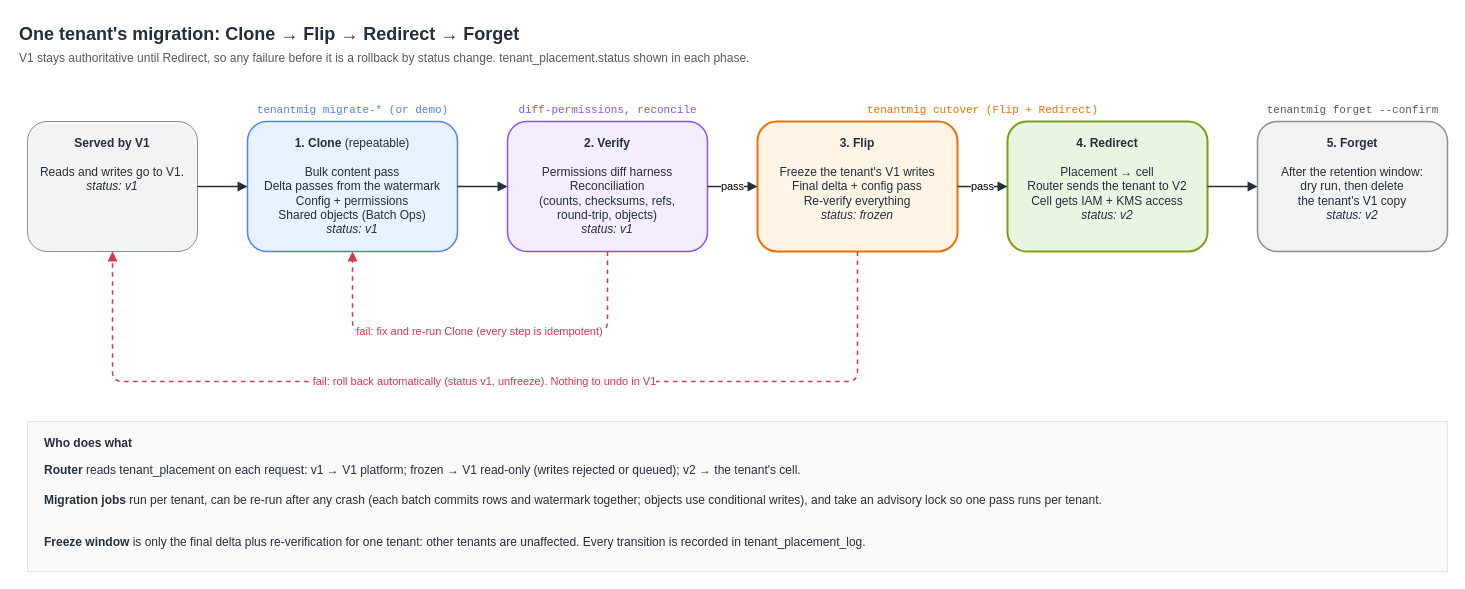
The draw.io diagram samples/tenant-migration-to-cells/docs/tenant-migration-cutover.drawio in aws-samples/data-for-saas-patterns, before the edit. Source tidied: cells renumbered, new cells numbered last; positions are measured from the earlier drawing's top-left corner, leaving out a move shared by most shapes. Both pictures are drawn from the tidied source at 100%, with x=0, y=0 at pixel (17, 17).
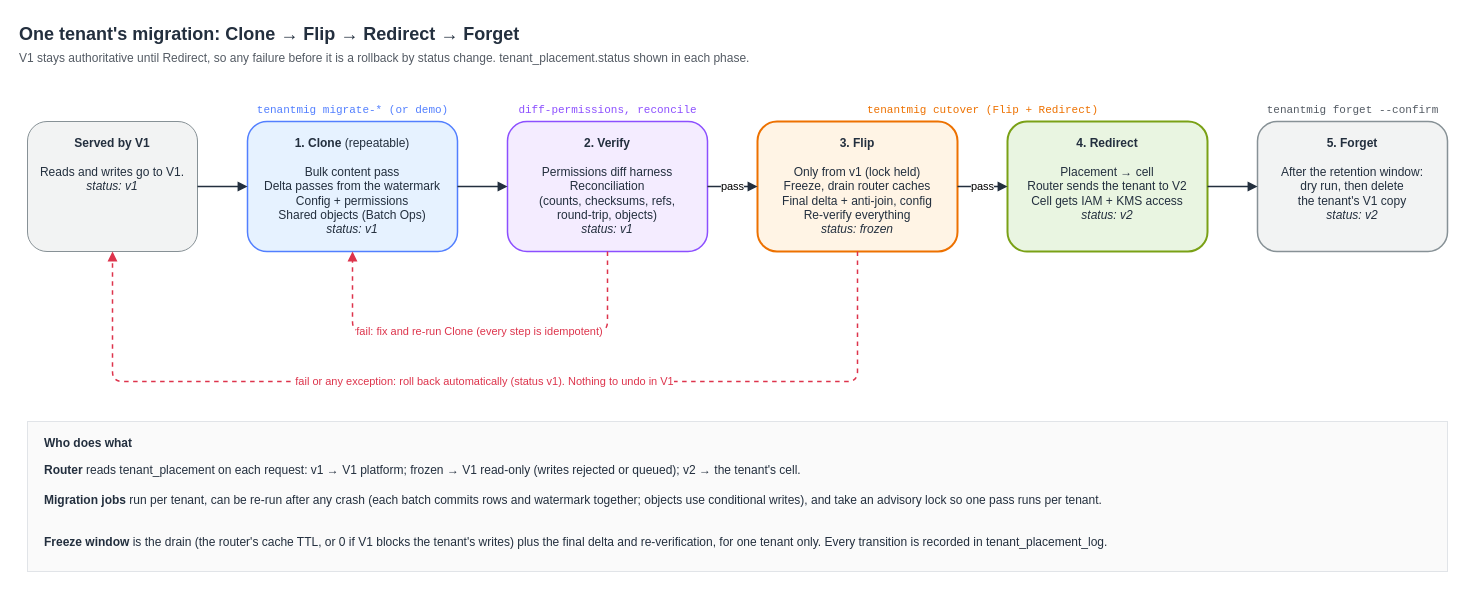
The same page after the edit.

The change refers to these unchanged cells:
```xml
<mxCell id="3" value="&lt;b&gt;Served by V1&lt;/b&gt;&lt;br&gt;&lt;br&gt;Reads and writes go to V1.&lt;br&gt;&lt;i&gt;status: v1&lt;/i&gt;" style="rounded=1;whiteSpace=wrap;html=1;fillColor=#F2F3F3;strokeColor=#879196;fontSize=12;fontColor=#232F3E;verticalAlign=top;spacingTop=8;" parent="1" vertex="1">
  <mxGeometry x="10" y="104" width="170" height="130" as="geometry" />
</mxCell>
```

Change to the diagram source:
```diff
@@
-    <mxCell id="6" value="&lt;b&gt;3. Flip&lt;/b&gt;&lt;br&gt;&lt;br&gt;Freeze the tenant's V1 writes&lt;br&gt;Final delta + config pass&lt;br&gt;Re-verify everything&lt;br&gt;&lt;i&gt;status: frozen&lt;/i&gt;" style="rounded=1;whiteSpace=wrap;html=1;fillColor=#FFF4E5;strokeColor=#ED7100;strokeWidth=2;fontSize=12;fontColor=#232F3E;verticalAlign=top;spacingTop=8;" parent="1" vertex="1">
+    <mxCell id="6" value="&lt;b&gt;3. Flip&lt;/b&gt;&lt;br&gt;&lt;br&gt;Only from v1 (lock held)&lt;br&gt;Freeze, drain router caches&lt;br&gt;Final delta + anti-join, config&lt;br&gt;Re-verify everything&lt;br&gt;&lt;i&gt;status: frozen&lt;/i&gt;" style="rounded=1;whiteSpace=wrap;html=1;fillColor=#FFF4E5;strokeColor=#ED7100;strokeWidth=2;fontSize=12;fontColor=#232F3E;verticalAlign=top;spacingTop=8;" parent="1" vertex="1">
       <mxGeometry x="740" y="104" width="200" height="130" as="geometry" />
     </mxCell>
@@
-    <mxCell id="19" value="fail: roll back automatically (status v1, unfreeze). Nothing to undo in V1" style="edgeStyle=orthogonalEdgeStyle;html=1;endArrow=block;endFill=1;strokeColor=#DD344C;strokeWidth=1.5;dashed=1;fontSize=11;fontColor=#DD344C;labelBackgroundColor=#ffffff;exitX=0.5;exitY=1;exitDx=0;exitDy=0;entryX=0.5;entryY=1;entryDx=0;entryDy=0;" parent="1" edge="1" source="6" target="3">
+    <mxCell id="19" value="fail or any exception: roll back automatically (status v1). Nothing to undo in V1" style="edgeStyle=orthogonalEdgeStyle;html=1;endArrow=block;endFill=1;strokeColor=#DD344C;strokeWidth=1.5;dashed=1;fontSize=11;fontColor=#DD344C;labelBackgroundColor=#ffffff;exitX=0.5;exitY=1;exitDx=0;exitDy=0;entryX=0.5;entryY=1;entryDx=0;entryDy=0;" parent="1" edge="1" source="6" target="3">
       <mxGeometry relative="1" as="geometry">
         <Array as="points">
           <mxPoint x="840" y="364" />
           <mxPoint x="95" y="364" />
         </Array>
       </mxGeometry>
     </mxCell>
@@
-    <mxCell id="24" value="&lt;b&gt;Freeze window&lt;/b&gt; is only the final delta plus re-verification for one tenant: other tenants are unaffected. Every transition is recorded in tenant_placement_log." style="text;html=1;align=left;whiteSpace=wrap;fontSize=12;fontColor=#232F3E;" parent="1" vertex="1">
+    <mxCell id="24" value="&lt;b&gt;Freeze window&lt;/b&gt; is the drain (the router's cache TTL, or 0 if V1 blocks the tenant's writes) plus the final delta and re-verification, for one tenant only. Every transition is recorded in tenant_placement_log." style="text;html=1;align=left;whiteSpace=wrap;fontSize=12;fontColor=#232F3E;" parent="1" vertex="1">
       <mxGeometry x="25" y="511" width="1390" height="36" as="geometry" />
     </mxCell>
```
